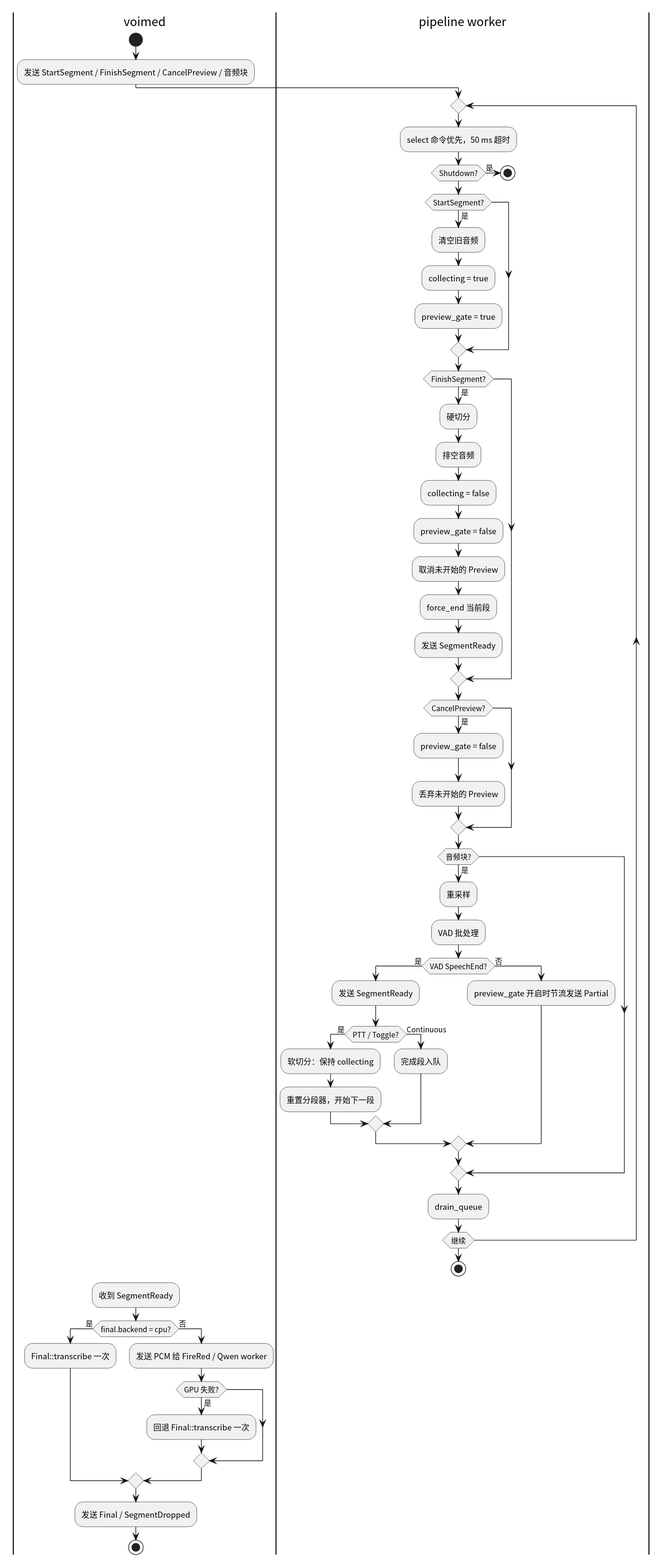
Above: crates/voime-core/diagram/pipeline-flow.svg in 54m43lJ/voime (PlantUML), before the change.
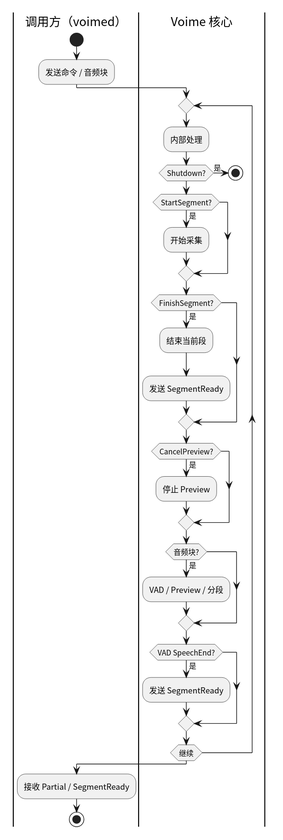
Above is the later version.

Diff of the diagram source:
```diff
@@ -2,63 +2,35 @@
 skinparam defaultFontName "Noto Sans CJK SC"
 skinparam shadowing false
 
-|voimed|
+|调用方（voimed）|
 start
-:发送 StartSegment / FinishSegment / CancelPreview / 音频块;
+:发送命令 / 音频块;
 
-|pipeline worker|
+|Voime 核心|
 repeat
-  :select 命令优先，50 ms 超时;
+  :内部处理;
   if (Shutdown?) then (是)
     stop
   endif
   if (StartSegment?) then (是)
-    :清空旧音频;
-    :collecting = true;
-    :preview_gate = true;
+    :开始采集;
   endif
   if (FinishSegment?) then (是)
-    :硬切分;
-    :排空音频;
-    :collecting = false;
-    :preview_gate = false;
-    :取消未开始的 Preview;
-    :force_end 当前段;
+    :结束当前段;
     :发送 SegmentReady;
   endif
   if (CancelPreview?) then (是)
-    :preview_gate = false;
-    :丢弃未开始的 Preview;
+    :停止 Preview;
   endif
   if (音频块?) then (是)
-    :重采样;
-    :VAD 批处理;
-    if (VAD SpeechEnd?) then (是)
-      :发送 SegmentReady;
-      if (PTT / Toggle?) then (是)
-        :软切分：保持 collecting;
-        :重置分段器，开始下一段;
-      else (Continuous)
-        :完成段入队;
-      endif
-    else (否)
-      :preview_gate 开启时节流发送 Partial;
-    endif
+    :VAD / Preview / 分段;
   endif
-  :drain_queue;
+  if (VAD SpeechEnd?) then (是)
+    :发送 SegmentReady;
+  endif
 repeat while (继续)
-stop
 
-|voimed|
-:收到 SegmentReady;
-if (final.backend = cpu?) then (是)
-  :Final::transcribe 一次;
-else (否)
-  :发送 PCM 给 FireRed / Qwen worker;
-  if (GPU 失败?) then (是)
-    :回退 Final::transcribe 一次;
-  endif
-endif
-:发送 Final / SegmentDropped;
+|调用方（voimed）|
+:接收 Partial / SegmentReady;
 stop
 @enduml
```
